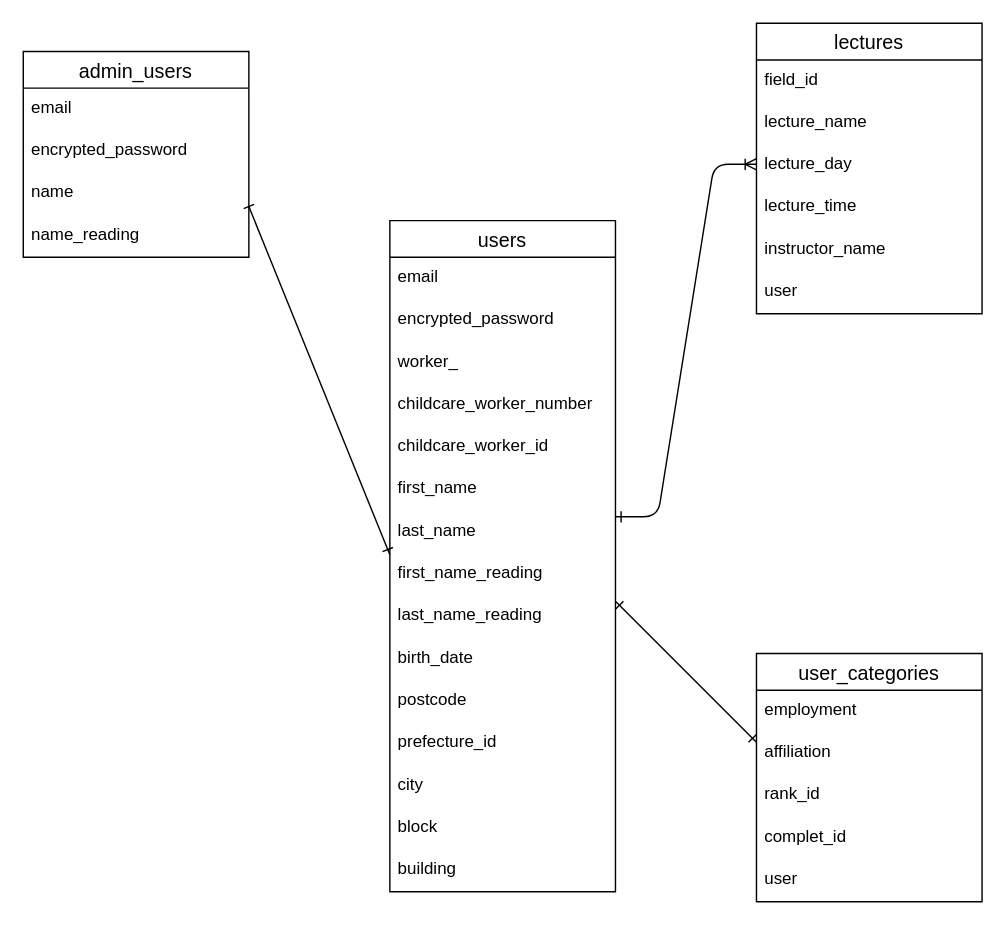
Earlier version of the draw.io diagram ER.dio (akiraOOyuu/professional-care). Source tidied: cells renumbered, new cells numbered last; positions are measured from the earlier drawing's top-left corner, leaving out a move shared by most shapes. Both pictures are drawn from the tidied source at 141%, with x=0, y=0 at pixel (23, 23).
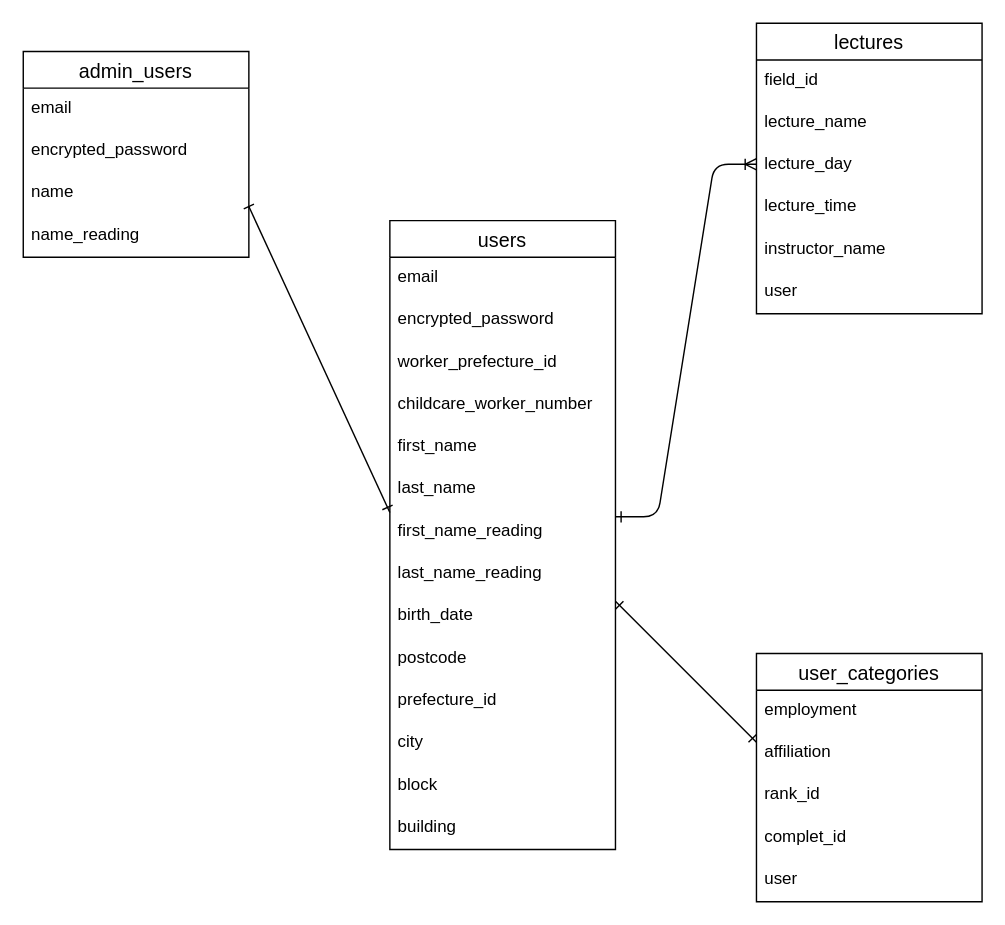
The same diagram, later.

What changed in the source:
```diff
@@
     <mxCell id="7" value="users" style="swimlane;fontStyle=0;horizontal=1;startSize=26;align=center;fontSize=14;" parent="1" vertex="1">
-      <mxGeometry x="260" y="140" width="160" height="476" as="geometry" />
+      <mxGeometry x="260" y="140" width="160" height="446" as="geometry" />
     </mxCell>
@@
-    <mxCell id="10" value="worker_" style="text;strokeColor=none;fillColor=none;spacingLeft=4;spacingRight=4;overflow=hidden;fontSize=12;" parent="7" vertex="1">
+    <mxCell id="10" value="worker_prefecture_id" style="text;strokeColor=none;fillColor=none;spacingLeft=4;spacingRight=4;overflow=hidden;fontSize=12;" parent="7" vertex="1">
       <mxGeometry y="86" width="160" height="30" as="geometry" />
     </mxCell>
@@
-    <mxCell id="12" value="childcare_worker_id" style="text;strokeColor=none;fillColor=none;spacingLeft=4;spacingRight=4;overflow=hidden;fontSize=12;" parent="7" vertex="1">
-      <mxGeometry y="146" width="160" height="30" as="geometry" />
-    </mxCell>
     <mxCell id="13" value="first_name" style="text;strokeColor=none;fillColor=none;spacingLeft=4;spacingRight=4;overflow=hidden;fontSize=12;" parent="7" vertex="1">
-      <mxGeometry y="176" width="160" height="30" as="geometry" />
+      <mxGeometry y="146" width="160" height="30" as="geometry" />
     </mxCell>
     <mxCell id="14" value="last_name" style="text;strokeColor=none;fillColor=none;spacingLeft=4;spacingRight=4;overflow=hidden;fontSize=12;" parent="7" vertex="1">
-      <mxGeometry y="206" width="160" height="30" as="geometry" />
+      <mxGeometry y="176" width="160" height="30" as="geometry" />
     </mxCell>
     <mxCell id="15" value="first_name_reading" style="text;strokeColor=none;fillColor=none;spacingLeft=4;spacingRight=4;overflow=hidden;points=[[0,0.5],[1,0.5]];portConstraint=eastwest;fontSize=12;" parent="7" vertex="1">
-      <mxGeometry y="236" width="160" height="30" as="geometry" />
+      <mxGeometry y="206" width="160" height="30" as="geometry" />
     </mxCell>
     <mxCell id="16" value="last_name_reading" style="text;strokeColor=none;fillColor=none;spacingLeft=4;spacingRight=4;overflow=hidden;fontSize=12;" parent="7" vertex="1">
-      <mxGeometry y="266" width="160" height="30" as="geometry" />
+      <mxGeometry y="236" width="160" height="30" as="geometry" />
     </mxCell>
     <mxCell id="17" value="birth_date" style="text;strokeColor=none;fillColor=none;spacingLeft=4;spacingRight=4;overflow=hidden;fontSize=12;" parent="7" vertex="1">
-      <mxGeometry y="296" width="160" height="30" as="geometry" />
+      <mxGeometry y="266" width="160" height="30" as="geometry" />
     </mxCell>
     <mxCell id="18" value="postcode" style="text;strokeColor=none;fillColor=none;spacingLeft=4;spacingRight=4;overflow=hidden;fontSize=12;" parent="7" vertex="1">
-      <mxGeometry y="326" width="160" height="30" as="geometry" />
+      <mxGeometry y="296" width="160" height="30" as="geometry" />
     </mxCell>
     <mxCell id="19" value="prefecture_id" style="text;strokeColor=none;fillColor=none;spacingLeft=4;spacingRight=4;overflow=hidden;fontSize=12;" parent="7" vertex="1">
-      <mxGeometry y="356" width="160" height="30" as="geometry" />
+      <mxGeometry y="326" width="160" height="30" as="geometry" />
     </mxCell>
     <mxCell id="20" value="city" style="text;strokeColor=none;fillColor=none;spacingLeft=4;spacingRight=4;overflow=hidden;fontSize=12;" parent="7" vertex="1">
-      <mxGeometry y="386" width="160" height="30" as="geometry" />
+      <mxGeometry y="356" width="160" height="30" as="geometry" />
     </mxCell>
     <mxCell id="21" value="block" style="text;strokeColor=none;fillColor=none;spacingLeft=4;spacingRight=4;overflow=hidden;fontSize=12;" parent="7" vertex="1">
-      <mxGeometry y="416" width="160" height="30" as="geometry" />
+      <mxGeometry y="386" width="160" height="30" as="geometry" />
     </mxCell>
     <mxCell id="22" value="building" style="text;strokeColor=none;fillColor=none;spacingLeft=4;spacingRight=4;overflow=hidden;fontSize=12;" parent="7" vertex="1">
-      <mxGeometry y="446" width="160" height="30" as="geometry" />
+      <mxGeometry y="416" width="160" height="30" as="geometry" />
     </mxCell>
```
